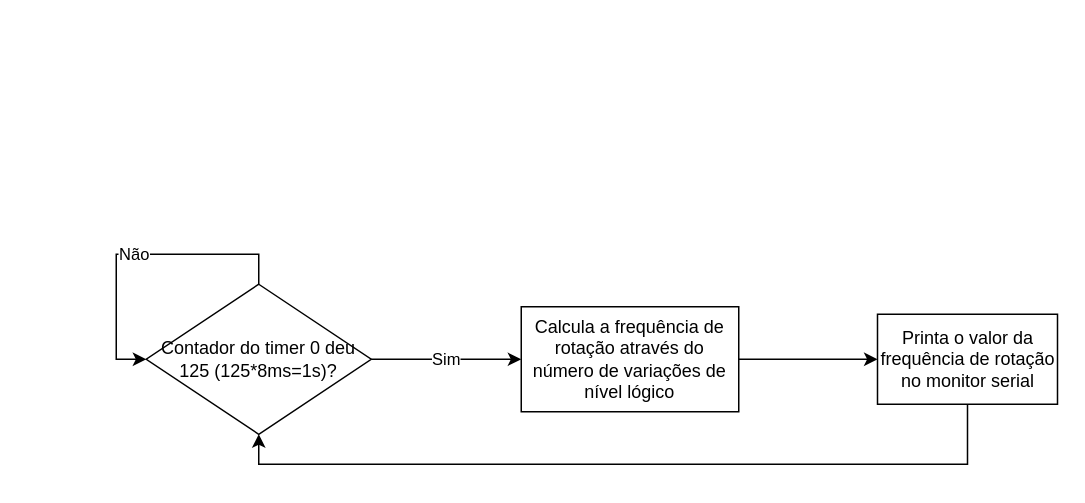
Before: Projeto 2/EA076_Proj2_Atv2.drawio in GustavoFA/EA076_2022_1S, a draw.io diagram. Source tidied: cells renumbered, new cells numbered last; positions are measured from the earlier drawing's top-left corner, leaving out a move shared by most shapes. Both pictures are drawn from the tidied source at 150%, with x=0, y=0 at pixel (116, 254).
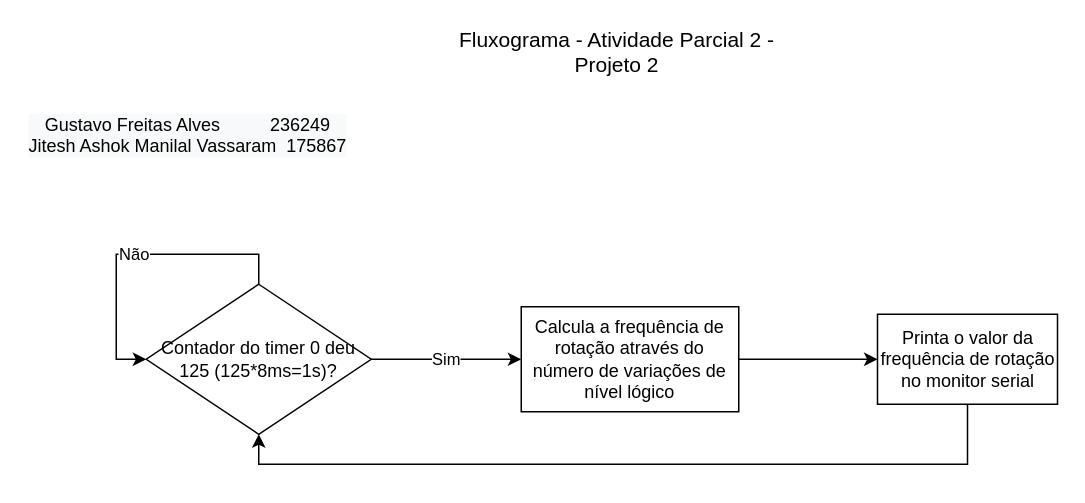
The same page after the edit.

The edit, as a diff of the source:
```diff
@@
 <mxGraphModel>
   <root>
     <mxCell id="0" />
     <mxCell id="1" parent="0" />
     <mxCell id="2" value="Sim" style="edgeStyle=orthogonalEdgeStyle;rounded=0;jettySize=auto;html=1;" parent="1" edge="1" source="4" target="6">
       <mxGeometry relative="1" as="geometry" />
     </mxCell>
     <mxCell id="3" value="Não" style="edgeStyle=orthogonalEdgeStyle;rounded=0;orthogonalLoop=1;jettySize=auto;html=1;entryX=0;entryY=0.5;entryDx=0;entryDy=0;" parent="1" edge="1" source="4" target="4">
       <mxGeometry relative="1" as="geometry">
         <Array as="points">
           <mxPoint x="95" />
           <mxPoint />
           <mxPoint y="70" />
         </Array>
       </mxGeometry>
     </mxCell>
     <mxCell id="4" value="&lt;span&gt;Contador do timer 0 deu 125 (125*8ms=1s)?&lt;/span&gt;" style="rhombus;whiteSpace=wrap;html=1;" parent="1" vertex="1">
       <mxGeometry x="20" y="20" width="150" height="100" as="geometry" />
     </mxCell>
     <mxCell id="5" style="edgeStyle=orthogonalEdgeStyle;rounded=0;jettySize=auto;html=1;" parent="1" edge="1" source="6" target="8">
       <mxGeometry relative="1" as="geometry" />
     </mxCell>
     <mxCell id="6" value="Calcula a frequência de rotação através do número de variações de nível lógico" style="whiteSpace=wrap;html=1;" parent="1" vertex="1">
       <mxGeometry x="270" y="35" width="145" height="70" as="geometry" />
     </mxCell>
     <mxCell id="7" style="edgeStyle=orthogonalEdgeStyle;rounded=0;jettySize=auto;html=1;exitX=0.5;exitY=1;exitDx=0;exitDy=0;entryX=0.5;entryY=1;entryDx=0;entryDy=0;" parent="1" edge="1" source="8" target="4">
       <mxGeometry relative="1" as="geometry" />
     </mxCell>
     <mxCell id="8" value="Printa o valor da frequência de rotação no monitor serial" style="whiteSpace=wrap;html=1;" parent="1" vertex="1">
       <mxGeometry x="507.5" y="40" width="120" height="60" as="geometry" />
     </mxCell>
+    <mxCell id="9" value="&lt;div style=&quot;color: rgb(0, 0, 0); font-family: helvetica; font-size: 12px; font-style: normal; font-weight: 400; letter-spacing: normal; text-align: center; text-indent: 0px; text-transform: none; word-spacing: 0px; background-color: rgb(248, 249, 250);&quot;&gt;Gustavo Freitas Alves&amp;nbsp; &amp;nbsp; &amp;nbsp; &amp;nbsp; &amp;nbsp; 236249&lt;/div&gt;&lt;div style=&quot;color: rgb(0, 0, 0); font-family: helvetica; font-size: 12px; font-style: normal; font-weight: 400; letter-spacing: normal; text-align: center; text-indent: 0px; text-transform: none; word-spacing: 0px; background-color: rgb(248, 249, 250);&quot;&gt;Jitesh Ashok Manilal Vassaram&amp;nbsp; 175867&lt;/div&gt;" style="text;whiteSpace=wrap;html=1;" parent="1" vertex="1">
+      <mxGeometry x="-60" y="-100" width="240" height="40" as="geometry" />
+    </mxCell>
+    <mxCell id="10" value="&lt;font style=&quot;font-size: 14px&quot;&gt;Fluxograma - Atividade Parcial 2 - Projeto 2&lt;/font&gt;" style="text;html=1;strokeColor=none;fillColor=none;align=center;verticalAlign=middle;whiteSpace=wrap;rounded=0;" parent="1" vertex="1">
+      <mxGeometry x="227" y="-150" width="214" height="30" as="geometry" />
+    </mxCell>
   </root>
 </mxGraphModel>
```
